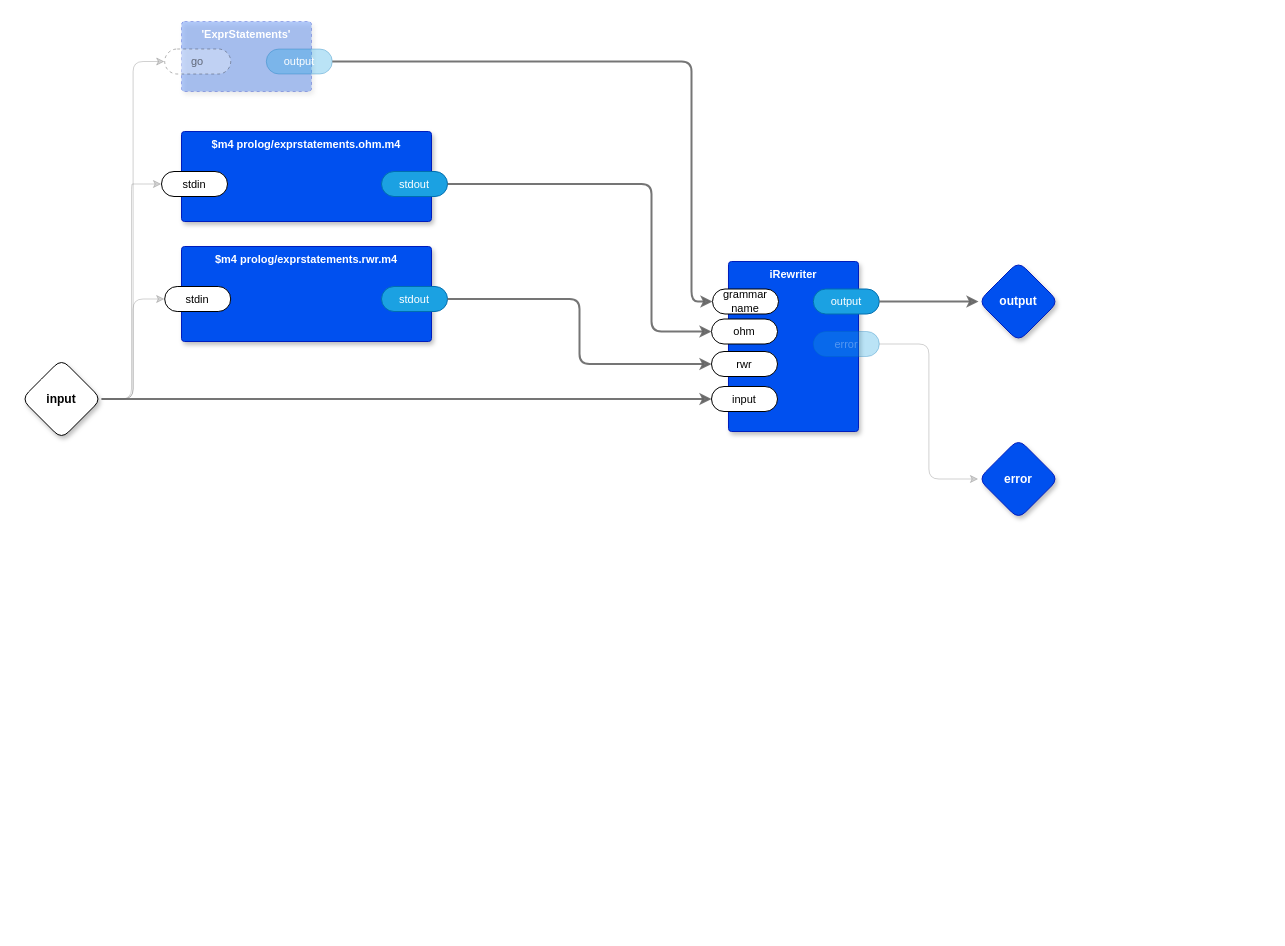
The draw.io diagram page "Expression Statements" (11 of 24) of prolog/test.drawio in guitarvydas/transpiler, before the edit. Source tidied: cells renumbered, new cells numbered last; positions are measured from the earlier drawing's top-left corner, leaving out a move shared by most shapes. Both pictures are drawn from the tidied source at 100%, with x=0, y=0 at pixel (21, 21).
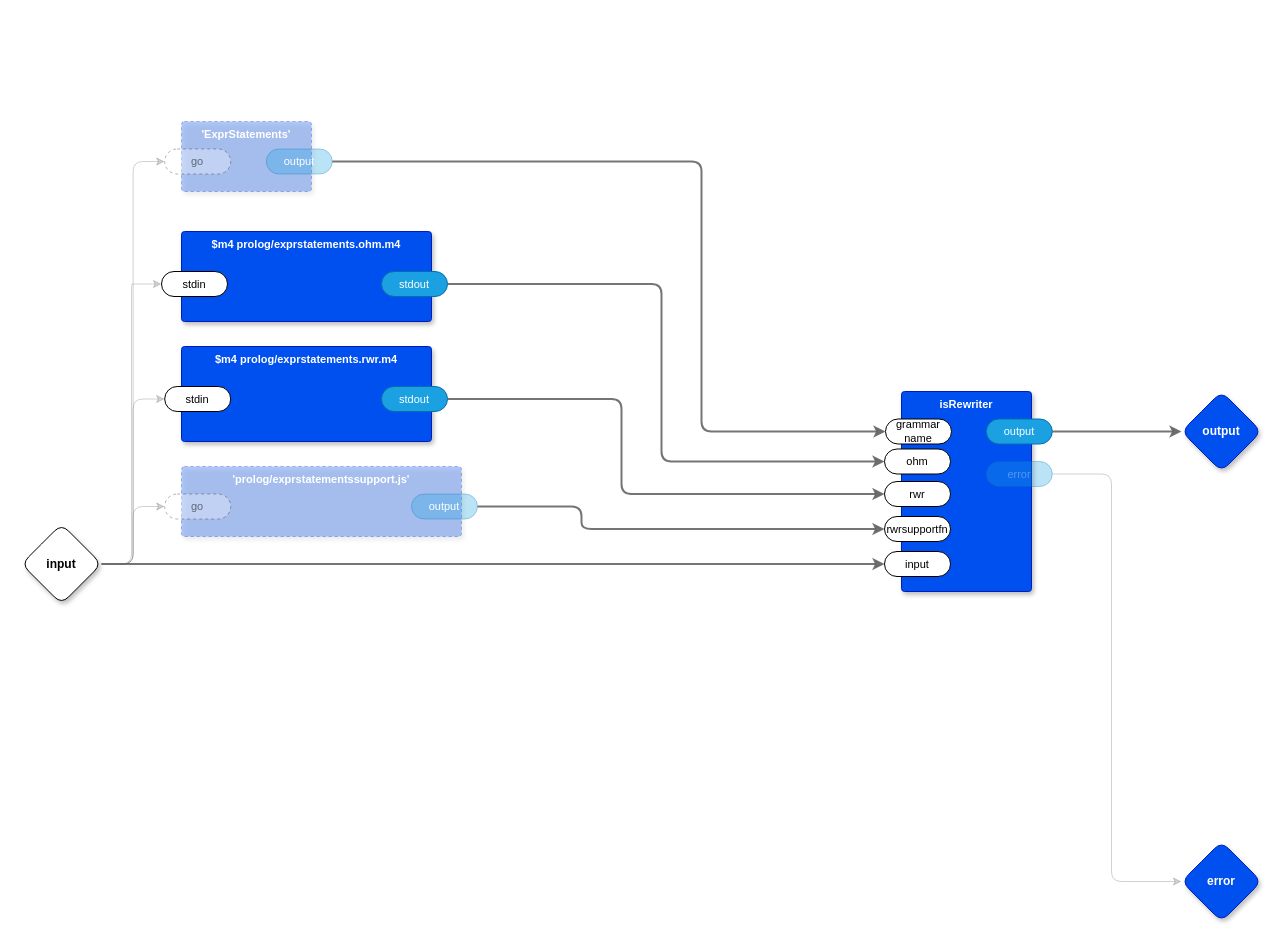
The same diagram, later.

The change refers to these unchanged cells:
```xml
<mxCell id="9" value="ohm" style="rounded=1;whiteSpace=wrap;html=1;sketch=0;points=[[0,0.5,0,0,0],[1,0.5,0,0,0]];arcSize=50;fontFamily=Helvetica;fontSize=11;fontColor=default;fontStyle=0;" parent="8" vertex="1">
  <mxGeometry x="-17" y="57.5" width="66" height="25" as="geometry" />
</mxCell>
<mxCell id="10" value="output" style="rounded=1;whiteSpace=wrap;html=1;sketch=0;points=[[0,0.5,0,0,0],[1,0.5,0,0,0]];fillColor=#1ba1e2;fontColor=#ffffff;strokeColor=#006EAF;arcSize=50;fontFamily=Helvetica;fontSize=11;" parent="8" vertex="1">
  <mxGeometry x="84.8" y="27.5" width="66" height="25" as="geometry" />
</mxCell>
<mxCell id="11" value="error" style="rounded=1;whiteSpace=wrap;html=1;sketch=0;points=[[0,0.5,0,0,0],[1,0.5,0,0,0]];fillColor=#1ba1e2;fontColor=#ffffff;strokeColor=#006EAF;arcSize=50;fontFamily=Helvetica;fontSize=11;opacity=30;textOpacity=30;" parent="8" vertex="1">
  <mxGeometry x="84.8" y="70" width="66" height="25" as="geometry" />
</mxCell>
<mxCell id="12" value="rwr" style="rounded=1;whiteSpace=wrap;html=1;sketch=0;points=[[0,0.5,0,0,0],[1,0.5,0,0,0]];arcSize=50;fontFamily=Helvetica;fontSize=11;fontColor=default;" parent="8" vertex="1">
  <mxGeometry x="-17" y="90" width="66" height="25" as="geometry" />
</mxCell>
<mxCell id="14" value="grammar name" style="rounded=1;whiteSpace=wrap;html=1;sketch=0;points=[[0,0.5,0,0,0],[1,0.5,0,0,0]];arcSize=50;fontFamily=Helvetica;fontSize=11;fontColor=default;" parent="8" vertex="1">
  <mxGeometry x="-16" y="27.5" width="66" height="25" as="geometry" />
</mxCell>
<mxCell id="20" value="output" style="rounded=1;whiteSpace=wrap;html=1;sketch=0;points=[[0,0.5,0,0,0],[1,0.5,0,0,0]];fillColor=#1ba1e2;fontColor=#ffffff;strokeColor=#006EAF;arcSize=50;fontFamily=Helvetica;fontSize=11;opacity=30;" parent="18" vertex="1">
  <mxGeometry x="84.8" y="27.5" width="66" height="25" as="geometry" />
</mxCell>
<mxCell id="24" value="stdout" style="rounded=1;whiteSpace=wrap;html=1;sketch=0;points=[[0,0.5,0,0,0],[1,0.5,0,0,0]];fillColor=#1ba1e2;fontColor=#ffffff;strokeColor=#006EAF;arcSize=50;fontFamily=Helvetica;fontSize=11;" parent="22" vertex="1">
  <mxGeometry x="200" y="40" width="66" height="25" as="geometry" />
</mxCell>
<mxCell id="28" value="stdout" style="rounded=1;whiteSpace=wrap;html=1;sketch=0;points=[[0,0.5,0,0,0],[1,0.5,0,0,0]];fillColor=#1ba1e2;fontColor=#ffffff;strokeColor=#006EAF;arcSize=50;fontFamily=Helvetica;fontSize=11;" parent="26" vertex="1">
  <mxGeometry x="200" y="40" width="66" height="25" as="geometry" />
</mxCell>
```

Change to the diagram source:
```diff
@@
-    <mxCell id="2" style="edgeStyle=orthogonalEdgeStyle;shape=connector;rounded=1;jumpStyle=arc;jettySize=auto;html=1;exitX=1;exitY=0.5;exitDx=0;exitDy=0;exitPerimeter=0;entryX=0;entryY=0.5;entryDx=0;entryDy=0;entryPerimeter=0;labelBackgroundColor=default;strokeColor=#666666;strokeWidth=2;fontFamily=Helvetica;fontSize=11;fontColor=default;endArrow=classic;fillColor=#f5f5f5;opacity=90;" parent="1" edge="1" source="6" target="13">
+    <mxCell id="2" style="edgeStyle=orthogonalEdgeStyle;shape=connector;rounded=1;jumpStyle=arc;jettySize=auto;html=1;exitX=1;exitY=0.5;exitDx=0;exitDy=0;exitPerimeter=0;entryX=0;entryY=0.5;entryDx=0;entryDy=0;entryPerimeter=0;labelBackgroundColor=default;strokeColor=#666666;strokeWidth=2;fontFamily=Helvetica;fontSize=11;fontColor=default;endArrow=classic;fillColor=#f5f5f5;opacity=90;" parent="1" edge="1" source="6" target="31">
       <mxGeometry relative="1" as="geometry" />
     </mxCell>
@@
+    <mxCell id="30" style="edgeStyle=orthogonalEdgeStyle;shape=connector;rounded=1;jumpStyle=arc;jettySize=auto;html=1;exitX=1;exitY=0.5;exitDx=0;exitDy=0;exitPerimeter=0;entryX=0;entryY=0.5;entryDx=0;entryDy=0;entryPerimeter=0;labelBackgroundColor=default;strokeColor=#666666;strokeWidth=1;fontFamily=Helvetica;fontSize=11;fontColor=default;endArrow=classic;fillColor=#f5f5f5;opacity=30;" parent="1" edge="1" source="6" target="33">
+      <mxGeometry relative="1" as="geometry" />
+    </mxCell>
     <mxCell id="6" value="input" style="rhombus;whiteSpace=wrap;html=1;rounded=1;fontStyle=1;glass=0;sketch=0;fontSize=12;points=[[0,0.5,0,0,0],[0.5,0,0,0,0],[0.5,1,0,0,0],[1,0.5,0,0,0]];shadow=1;fontFamily=Helvetica;fontColor=default;" parent="1" vertex="1">
-      <mxGeometry y="337.5" width="80" height="80" as="geometry" />
+      <mxGeometry y="502.5" width="80" height="80" as="geometry" />
     </mxCell>
     <mxCell id="7" value="output" style="rhombus;whiteSpace=wrap;html=1;rounded=1;fillColor=#0050ef;fontColor=#ffffff;strokeColor=#001DBC;fontStyle=1;glass=0;sketch=0;fontSize=12;points=[[0,0.5,0,0,0],[0.5,0,0,0,0],[0.5,1,0,0,0],[1,0.5,0,0,0]];shadow=1;fontFamily=Helvetica;" parent="1" vertex="1">
-      <mxGeometry x="957" y="240" width="80" height="80" as="geometry" />
+      <mxGeometry x="1160" y="370" width="80" height="80" as="geometry" />
     </mxCell>
-    <mxCell id="8" value="iRewriter" style="rounded=1;whiteSpace=wrap;html=1;sketch=0;verticalAlign=top;arcSize=6;fontStyle=1;absoluteArcSize=1;shadow=1;strokeColor=#001DBC;fillColor=#0050ef;fontColor=#ffffff;fontFamily=Helvetica;fontSize=11;" parent="1" vertex="1">
-      <mxGeometry x="707" y="240" width="130" height="170" as="geometry" />
+    <mxCell id="8" value="isRewriter" style="rounded=1;whiteSpace=wrap;html=1;sketch=0;verticalAlign=top;arcSize=6;fontStyle=1;absoluteArcSize=1;shadow=1;strokeColor=#001DBC;fillColor=#0050ef;fontColor=#ffffff;fontFamily=Helvetica;fontSize=11;" parent="1" vertex="1">
+      <mxGeometry x="880" y="370" width="130" height="200" as="geometry" />
     </mxCell>
@@
-    <mxCell id="13" value="input" style="rounded=1;whiteSpace=wrap;html=1;sketch=0;points=[[0,0.5,0,0,0],[1,0.5,0,0,0]];arcSize=50;fontFamily=Helvetica;fontSize=11;fontColor=default;" parent="8" vertex="1">
+    <mxCell id="13" value="rwrsupportfn" style="rounded=1;whiteSpace=wrap;html=1;sketch=0;points=[[0,0.5,0,0,0],[1,0.5,0,0,0]];arcSize=50;fontFamily=Helvetica;fontSize=11;fontColor=default;" parent="8" vertex="1">
       <mxGeometry x="-17" y="125" width="66" height="25" as="geometry" />
     </mxCell>
@@
-    <mxCell id="15" style="edgeStyle=orthogonalEdgeStyle;shape=connector;rounded=1;jumpStyle=arc;jettySize=auto;html=1;exitX=1;exitY=0.5;exitDx=0;exitDy=0;exitPerimeter=0;entryX=0;entryY=0.5;entryDx=0;entryDy=0;entryPerimeter=0;labelBackgroundColor=default;strokeColor=#666666;strokeWidth=2;fontFamily=Helvetica;fontSize=11;fontColor=default;endArrow=classic;fillColor=#f5f5f5;opacity=90;" parent="1" edge="1" source="10" target="7">
-      <mxGeometry relative="1" as="geometry" />
-    </mxCell>
+    <mxCell id="31" value="input" style="rounded=1;whiteSpace=wrap;html=1;sketch=0;points=[[0,0.5,0,0,0],[1,0.5,0,0,0]];arcSize=50;fontFamily=Helvetica;fontSize=11;fontColor=default;" parent="8" vertex="1">
+      <mxGeometry x="-17" y="160" width="66" height="25" as="geometry" />
+    </mxCell>
     <mxCell id="16" value="error" style="rhombus;whiteSpace=wrap;html=1;rounded=1;fillColor=#0050ef;fontColor=#ffffff;strokeColor=#001DBC;fontStyle=1;glass=0;sketch=0;fontSize=12;points=[[0,0.5,0,0,0],[0.5,0,0,0,0],[0.5,1,0,0,0],[1,0.5,0,0,0]];shadow=1;fontFamily=Helvetica;" parent="1" vertex="1">
-      <mxGeometry x="957" y="417.5" width="80" height="80" as="geometry" />
+      <mxGeometry x="1160" y="820" width="80" height="80" as="geometry" />
     </mxCell>
     <mxCell id="17" style="edgeStyle=orthogonalEdgeStyle;shape=connector;rounded=1;jumpStyle=arc;jettySize=auto;html=1;exitX=1;exitY=0.5;exitDx=0;exitDy=0;exitPerimeter=0;entryX=0;entryY=0.5;entryDx=0;entryDy=0;entryPerimeter=0;labelBackgroundColor=default;strokeColor=#666666;strokeWidth=1;fontFamily=Helvetica;fontSize=11;fontColor=default;endArrow=classic;fillColor=#f5f5f5;opacity=30;" parent="1" edge="1" source="11" target="16">
-      <mxGeometry relative="1" as="geometry" />
+      <mxGeometry relative="1" as="geometry">
+        <Array as="points">
+          <mxPoint x="1090" y="453" />
+          <mxPoint x="1090" y="860" />
+        </Array>
+      </mxGeometry>
     </mxCell>
     <mxCell id="18" value="'ExprStatements'" style="rounded=1;whiteSpace=wrap;html=1;sketch=0;verticalAlign=top;arcSize=6;fontStyle=1;absoluteArcSize=1;shadow=1;strokeColor=#001DBC;fillColor=#0050ef;fontColor=#ffffff;fontFamily=Helvetica;fontSize=11;dashed=1;opacity=30;" parent="1" vertex="1">
-      <mxGeometry x="160" width="130" height="70" as="geometry" />
+      <mxGeometry x="160" y="100" width="130" height="70" as="geometry" />
     </mxCell>
@@
     <mxCell id="21" style="edgeStyle=orthogonalEdgeStyle;shape=connector;rounded=1;jumpStyle=arc;jettySize=auto;html=1;exitX=1;exitY=0.5;exitDx=0;exitDy=0;exitPerimeter=0;entryX=0;entryY=0.5;entryDx=0;entryDy=0;entryPerimeter=0;labelBackgroundColor=default;strokeColor=#666666;strokeWidth=2;fontFamily=Helvetica;fontSize=11;fontColor=default;endArrow=classic;fillColor=#f5f5f5;opacity=90;" parent="1" edge="1" source="20" target="14">
       <mxGeometry relative="1" as="geometry">
         <Array as="points">
-          <mxPoint x="670" y="40" />
-          <mxPoint x="670" y="280" />
+          <mxPoint x="680" y="140" />
+          <mxPoint x="680" y="410" />
         </Array>
       </mxGeometry>
     </mxCell>
     <mxCell id="22" value="$m4 prolog/exprstatements.ohm.m4" style="rounded=1;whiteSpace=wrap;html=1;sketch=0;verticalAlign=top;arcSize=6;fontStyle=1;absoluteArcSize=1;shadow=1;strokeColor=#001DBC;fillColor=#0050ef;fontColor=#ffffff;fontFamily=Helvetica;fontSize=11;" parent="1" vertex="1">
-      <mxGeometry x="160" y="110" width="250" height="90" as="geometry" />
+      <mxGeometry x="160" y="210" width="250" height="90" as="geometry" />
     </mxCell>
@@
     <mxCell id="25" style="edgeStyle=orthogonalEdgeStyle;shape=connector;rounded=1;jumpStyle=arc;jettySize=auto;html=1;exitX=1;exitY=0.5;exitDx=0;exitDy=0;exitPerimeter=0;entryX=0;entryY=0.5;entryDx=0;entryDy=0;entryPerimeter=0;labelBackgroundColor=default;strokeColor=#666666;strokeWidth=2;fontFamily=Helvetica;fontSize=11;fontColor=default;endArrow=classic;fillColor=#f5f5f5;opacity=90;" parent="1" edge="1" source="24" target="9">
       <mxGeometry relative="1" as="geometry">
         <Array as="points">
-          <mxPoint x="630" y="163" />
-          <mxPoint x="630" y="310" />
+          <mxPoint x="640" y="263" />
+          <mxPoint x="640" y="440" />
         </Array>
       </mxGeometry>
     </mxCell>
     <mxCell id="26" value="$m4 prolog/exprstatements.rwr.m4" style="rounded=1;whiteSpace=wrap;html=1;sketch=0;verticalAlign=top;arcSize=6;fontStyle=1;absoluteArcSize=1;shadow=1;strokeColor=#001DBC;fillColor=#0050ef;fontColor=#ffffff;fontFamily=Helvetica;fontSize=11;" parent="1" vertex="1">
-      <mxGeometry x="160" y="225" width="250" height="95" as="geometry" />
+      <mxGeometry x="160" y="325" width="250" height="95" as="geometry" />
     </mxCell>
@@
+    <mxCell id="32" value="'prolog/exprstatementssupport.js'" style="rounded=1;whiteSpace=wrap;html=1;sketch=0;verticalAlign=top;arcSize=6;fontStyle=1;absoluteArcSize=1;shadow=1;strokeColor=#001DBC;fillColor=#0050ef;fontColor=#ffffff;fontFamily=Helvetica;fontSize=11;dashed=1;opacity=30;" parent="1" vertex="1">
+      <mxGeometry x="160" y="445" width="280" height="70" as="geometry" />
+    </mxCell>
+    <mxCell id="33" value="go" style="rounded=1;whiteSpace=wrap;html=1;sketch=0;points=[[0,0.5,0,0,0],[1,0.5,0,0,0]];arcSize=50;fontFamily=Helvetica;fontSize=11;fontColor=default;dashed=1;textOpacity=50;opacity=30;" parent="32" vertex="1">
+      <mxGeometry x="-16.8" y="27.5" width="66" height="25" as="geometry" />
+    </mxCell>
+    <mxCell id="34" value="output" style="rounded=1;whiteSpace=wrap;html=1;sketch=0;points=[[0,0.5,0,0,0],[1,0.5,0,0,0]];fillColor=#1ba1e2;fontColor=#ffffff;strokeColor=#006EAF;arcSize=50;fontFamily=Helvetica;fontSize=11;opacity=30;" parent="32" vertex="1">
+      <mxGeometry x="230" y="27.5" width="66" height="25" as="geometry" />
+    </mxCell>
+    <mxCell id="15" style="edgeStyle=orthogonalEdgeStyle;shape=connector;rounded=1;jumpStyle=arc;jettySize=auto;html=1;exitX=1;exitY=0.5;exitDx=0;exitDy=0;exitPerimeter=0;labelBackgroundColor=default;strokeColor=#666666;strokeWidth=2;fontFamily=Helvetica;fontSize=11;fontColor=default;endArrow=classic;fillColor=#f5f5f5;opacity=90;" parent="1" edge="1" source="10" target="7">
+      <mxGeometry relative="1" as="geometry" />
+    </mxCell>
+    <mxCell id="35" style="edgeStyle=orthogonalEdgeStyle;shape=connector;rounded=1;jumpStyle=arc;jettySize=auto;html=1;exitX=1;exitY=0.5;exitDx=0;exitDy=0;exitPerimeter=0;entryX=0;entryY=0.5;entryDx=0;entryDy=0;entryPerimeter=0;labelBackgroundColor=default;strokeColor=#666666;strokeWidth=2;fontFamily=Helvetica;fontSize=11;fontColor=default;endArrow=classic;fillColor=#f5f5f5;opacity=90;" parent="1" edge="1" source="34" target="13">
+      <mxGeometry relative="1" as="geometry">
+        <Array as="points">
+          <mxPoint x="560" y="485" />
+          <mxPoint x="560" y="508" />
+        </Array>
+      </mxGeometry>
+    </mxCell>
     <mxCell id="29" style="edgeStyle=orthogonalEdgeStyle;shape=connector;rounded=1;jumpStyle=arc;jettySize=auto;html=1;exitX=1;exitY=0.5;exitDx=0;exitDy=0;exitPerimeter=0;entryX=0;entryY=0.5;entryDx=0;entryDy=0;entryPerimeter=0;labelBackgroundColor=default;strokeColor=#666666;strokeWidth=2;fontFamily=Helvetica;fontSize=11;fontColor=default;endArrow=classic;fillColor=#f5f5f5;opacity=90;" parent="1" edge="1" source="28" target="12">
-      <mxGeometry relative="1" as="geometry" />
+      <mxGeometry relative="1" as="geometry">
+        <Array as="points">
+          <mxPoint x="600" y="378" />
+          <mxPoint x="600" y="473" />
+        </Array>
+      </mxGeometry>
     </mxCell>
```
